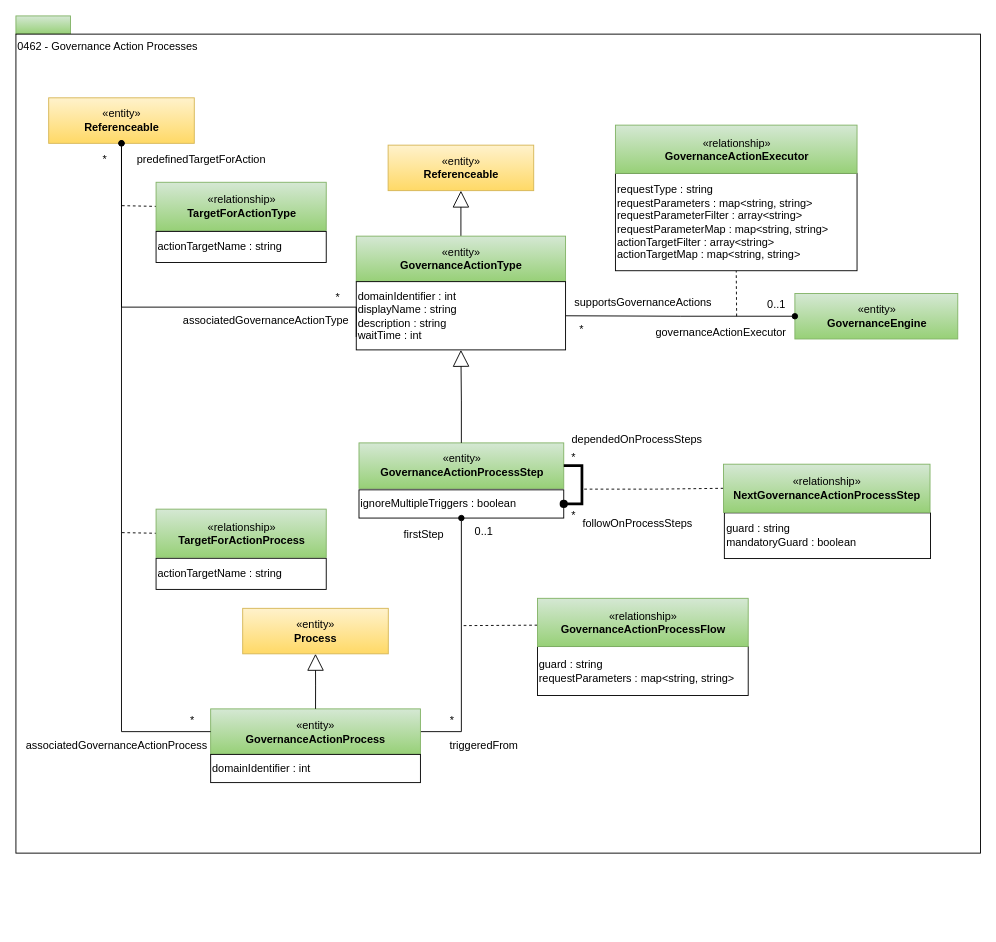
Above: page "0462-Governance-Action-Processes" (22 of 32) of site/docs/types/4/area-4-governance.drawio in odpi/egeria-docs (draw.io), before the change. Source tidied: cells renumbered, new cells numbered last; positions are measured from the earlier drawing's top-left corner, leaving out a move shared by most shapes. Both pictures are drawn from the tidied source at 91%, with x=0, y=0 at pixel (15, 15).
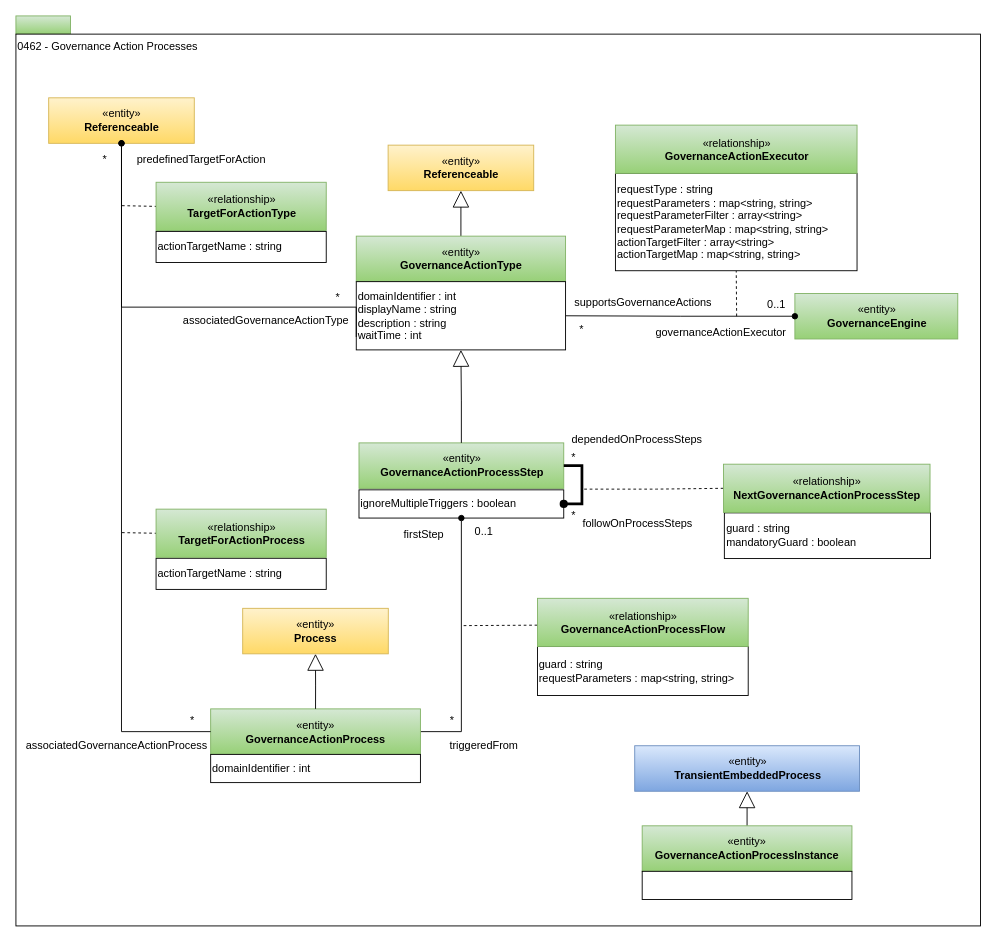
The same diagram, later.

The edit, as a diff of the source:
```diff
@@
     <mxCell id="3" value="0462 - Governance Action Processes" style="rounded=0;html=1;align=left;verticalAlign=top;" parent="1" vertex="1">
-      <mxGeometry y="20" width="1060" height="900" as="geometry" />
+      <mxGeometry y="20" width="1060" height="980" as="geometry" />
     </mxCell>
@@
+    <mxCell id="55" value="«entity»&lt;br&gt;&lt;b&gt;TransientEmbeddedProcess&lt;/b&gt;" style="html=1;strokeColor=#6c8ebf;align=center;fillColor=#dae8fc;gradientColor=#7ea6e0;" parent="1" vertex="1">
+      <mxGeometry x="680" y="802" width="247" height="50" as="geometry" />
+    </mxCell>
+    <mxCell id="56" style="edgeStyle=orthogonalEdgeStyle;rounded=0;jettySize=auto;html=1;entryX=0.5;entryY=1;entryDx=0;entryDy=0;endArrow=block;endFill=0;endSize=16;exitX=0.5;exitY=0;exitDx=0;exitDy=0;" parent="1" edge="1" source="57" target="55">
+      <mxGeometry relative="1" as="geometry" />
+    </mxCell>
+    <mxCell id="57" value="«entity»&lt;br&gt;&lt;b&gt;GovernanceActionProcessInstance&lt;/b&gt;" style="html=1;strokeColor=#82b366;align=center;fillColor=#d5e8d4;gradientColor=#97d077;" parent="1" vertex="1">
+      <mxGeometry x="688.2" y="890" width="230.5" height="50" as="geometry" />
+    </mxCell>
+    <mxCell id="58" style="rounded=0;whiteSpace=wrap;html=1;strokeColor=#000000;gradientColor=#ffffff;align=left;" parent="1" vertex="1">
+      <mxGeometry x="688.2" y="940" width="230.5" height="31" as="geometry" />
+    </mxCell>
```
